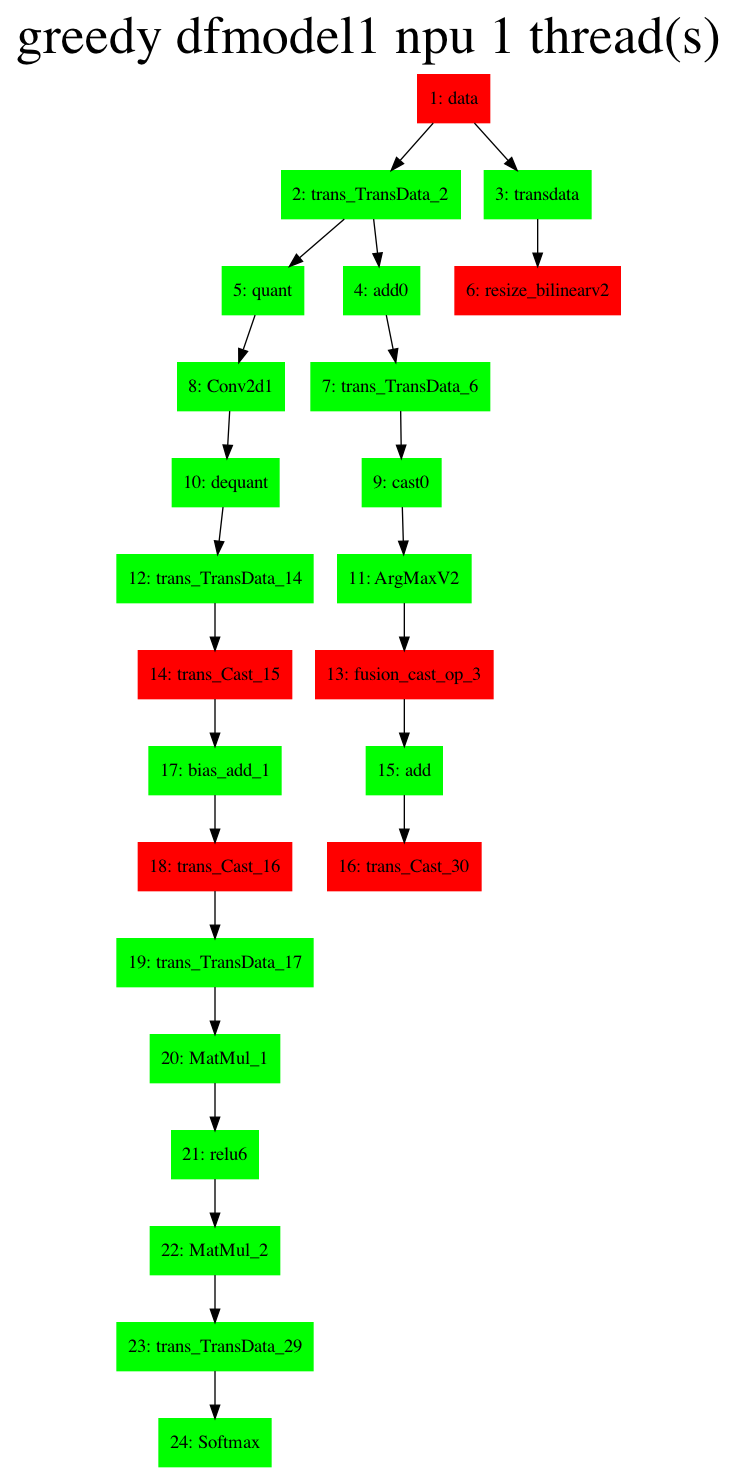
This is mnn/models/dfmodel1/npu/greedy-graphviz-dfmodel1-cpu-1.png from summerspringwei/DAG-Scheduler, a Graphviz export, as it was before one commit. Its source is kept beside it as mnn/models/dfmodel1/npu/greedy-graphviz-dfmodel1-cpu-1.gv. Its diagram source:
```dot
digraph G {
label     = "greedy dfmodel1 npu 1 thread(s)"
    labelloc  =  t // t: Place the graph's title on top.
    fontsize  = 40 // Make title stand out by giving a large font size
    fontcolor = black"1: data"->"2: trans_TransData_2";
"1: data"->"3: transdata";
"1: data" [shape=box,style=filled,color=red];
"3: transdata"->"6: resize_bilinearv2";
"3: transdata" [shape=box,style=filled,color=green];
"2: trans_TransData_2"->"5: quant";
"2: trans_TransData_2"->"4: add0";
"2: trans_TransData_2" [shape=box,style=filled,color=green];
"4: add0"->"7: trans_TransData_6";
"4: add0" [shape=box,style=filled,color=green];
"7: trans_TransData_6"->"9: cast0";
"7: trans_TransData_6" [shape=box,style=filled,color=green];
"9: cast0"->"11: ArgMaxV2";
"9: cast0" [shape=box,style=filled,color=green];
"5: quant"->"8: Conv2d1";
"5: quant" [shape=box,style=filled,color=green];
"8: Conv2d1"->"10: dequant";
"8: Conv2d1" [shape=box,style=filled,color=green];
"10: dequant"->"12: trans_TransData_14";
"10: dequant" [shape=box,style=filled,color=green];
"12: trans_TransData_14"->"14: trans_Cast_15";
"12: trans_TransData_14" [shape=box,style=filled,color=green];
"14: trans_Cast_15"->"17: bias_add_1";
"14: trans_Cast_15" [shape=box,style=filled,color=red];
"6: resize_bilinearv2" [shape=box,style=filled,color=red];
"11: ArgMaxV2"->"13: fusion_cast_op_3";
"11: ArgMaxV2" [shape=box,style=filled,color=green];
"13: fusion_cast_op_3"->"15: add";
"13: fusion_cast_op_3" [shape=box,style=filled,color=red];
"15: add"->"16: trans_Cast_30";
"15: add" [shape=box,style=filled,color=green];
"16: trans_Cast_30" [shape=box,style=filled,color=red];
"17: bias_add_1"->"18: trans_Cast_16";
"17: bias_add_1" [shape=box,style=filled,color=green];
"18: trans_Cast_16"->"19: trans_TransData_17";
"18: trans_Cast_16" [shape=box,style=filled,color=red];
"19: trans_TransData_17"->"20: MatMul_1";
"19: trans_TransData_17" [shape=box,style=filled,color=green];
"20: MatMul_1"->"21: relu6";
"20: MatMul_1" [shape=box,style=filled,color=green];
"21: relu6"->"22: MatMul_2";
"21: relu6" [shape=box,style=filled,color=green];
"22: MatMul_2"->"23: trans_TransData_29";
"22: MatMul_2" [shape=box,style=filled,color=green];
"23: trans_TransData_29"->"24: Softmax";
"23: trans_TransData_29" [shape=box,style=filled,color=green];
"24: Softmax" [shape=box,style=filled,color=green];
}
```
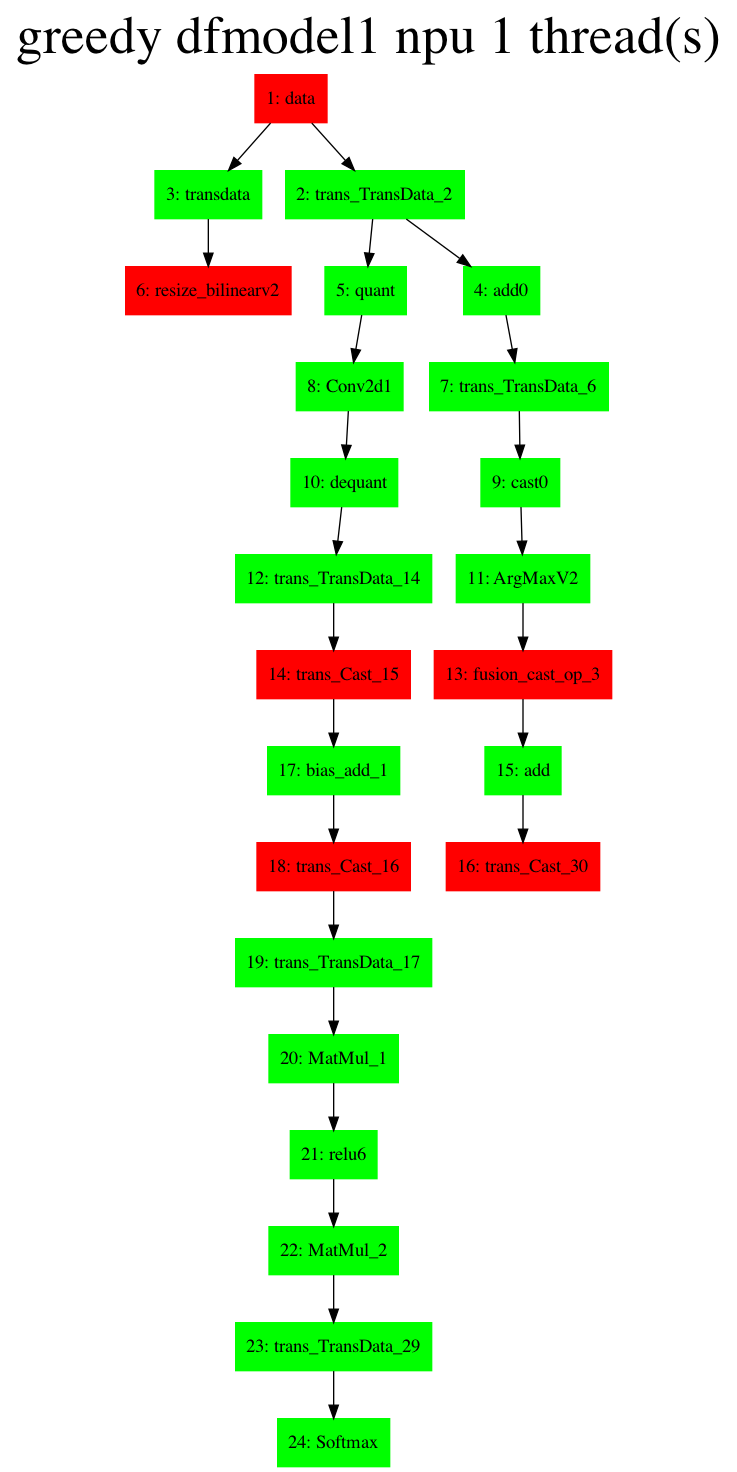
After the change.

Diff of the diagram source:
```diff
@@ -2,8 +2,8 @@
 label     = "greedy dfmodel1 npu 1 thread(s)"
     labelloc  =  t // t: Place the graph's title on top.
     fontsize  = 40 // Make title stand out by giving a large font size
-    fontcolor = black"1: data"->"2: trans_TransData_2";
-"1: data"->"3: transdata";
+    fontcolor = black"1: data"->"3: transdata";
+"1: data"->"2: trans_TransData_2";
 "1: data" [shape=box,style=filled,color=red];
 "3: transdata"->"6: resize_bilinearv2";
 "3: transdata" [shape=box,style=filled,color=green];
```
